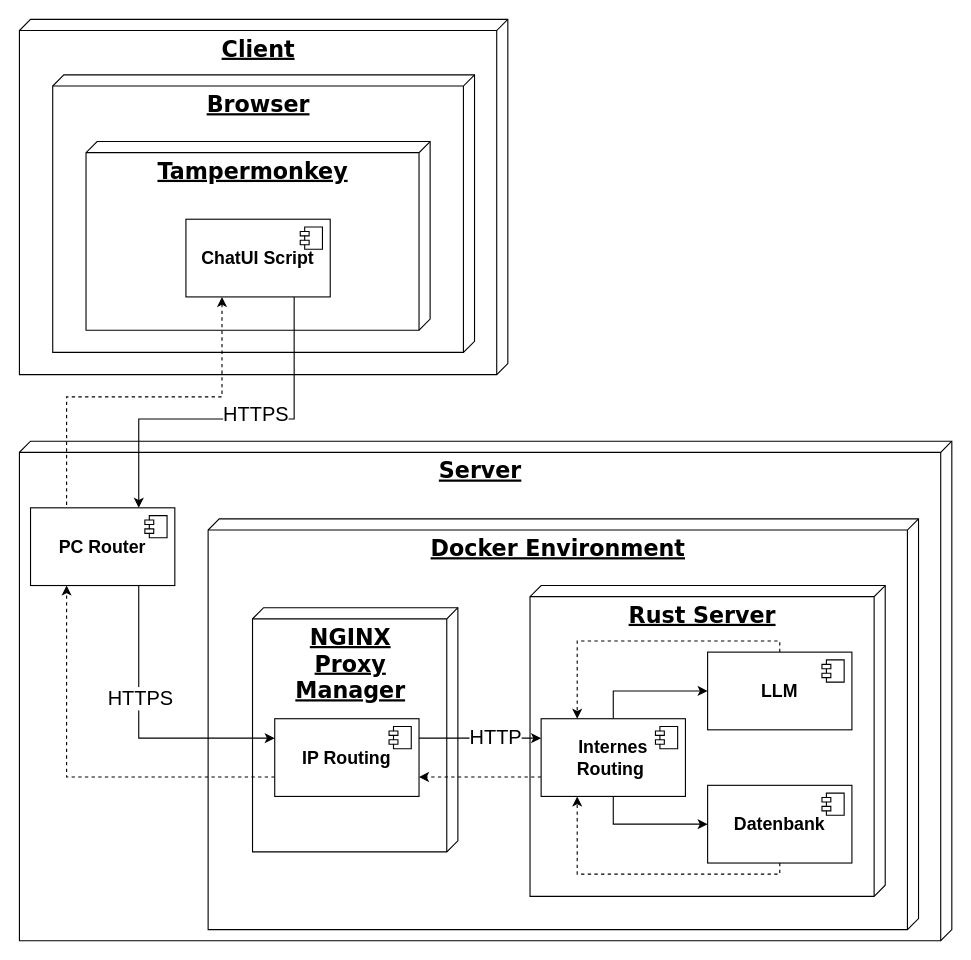
Above: Verteilungssicht.drawio in ZesNy02/Jupiter (draw.io), before the change. Source tidied: cells renumbered, new cells numbered last; positions are measured from the earlier drawing's top-left corner, leaving out a move shared by most shapes. Both pictures are drawn from the tidied source at 111%, with x=0, y=0 at pixel (19, 19).
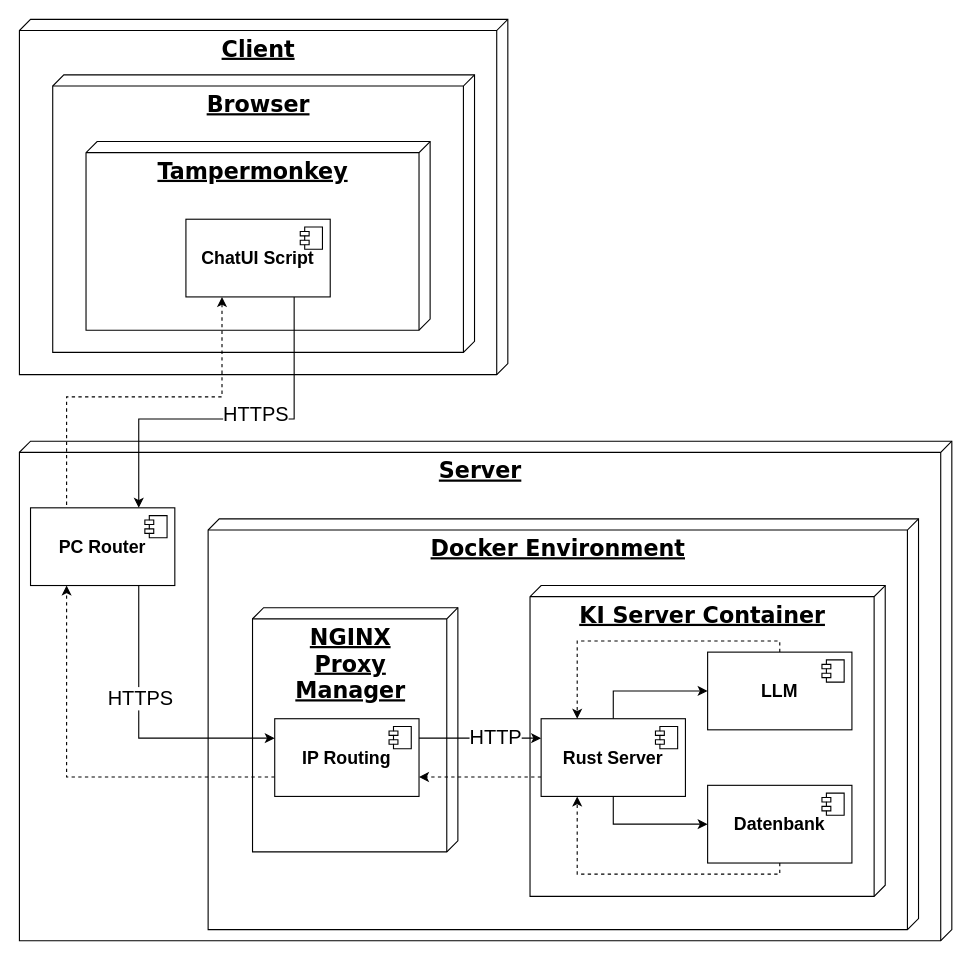
Above is the later version.

Change to the diagram source:
```diff
@@
-    <mxCell id="6" value="&lt;b style=&quot;font-size: 20px;&quot;&gt;Rust Server&lt;/b&gt;" style="verticalAlign=top;align=center;spacingTop=8;spacingLeft=2;spacingRight=12;shape=cube;size=10;direction=south;fontStyle=4;html=1;rounded=0;shadow=0;comic=0;labelBackgroundColor=none;strokeWidth=1;fontFamily=Verdana;fontSize=20;" parent="1" vertex="1">
+    <mxCell id="6" value="&lt;b style=&quot;font-size: 20px;&quot;&gt;KI Server Container&lt;/b&gt;" style="verticalAlign=top;align=center;spacingTop=8;spacingLeft=2;spacingRight=12;shape=cube;size=10;direction=south;fontStyle=4;html=1;rounded=0;shadow=0;comic=0;labelBackgroundColor=none;strokeWidth=1;fontFamily=Verdana;fontSize=20;" parent="1" vertex="1">
       <mxGeometry x="460" y="510" width="320" height="280" as="geometry" />
     </mxCell>
@@
-    <mxCell id="15" value="&lt;span style=&quot;font-size: 16px;&quot;&gt;&lt;b&gt;Internes Routing&amp;nbsp;&lt;/b&gt;&lt;/span&gt;" style="html=1;whiteSpace=wrap;" parent="1" vertex="1">
+    <mxCell id="15" value="&lt;span style=&quot;font-size: 16px;&quot;&gt;&lt;b&gt;Rust Server&lt;/b&gt;&lt;/span&gt;" style="html=1;whiteSpace=wrap;" parent="1" vertex="1">
       <mxGeometry x="470" y="630" width="130" height="70" as="geometry" />
     </mxCell>
```
